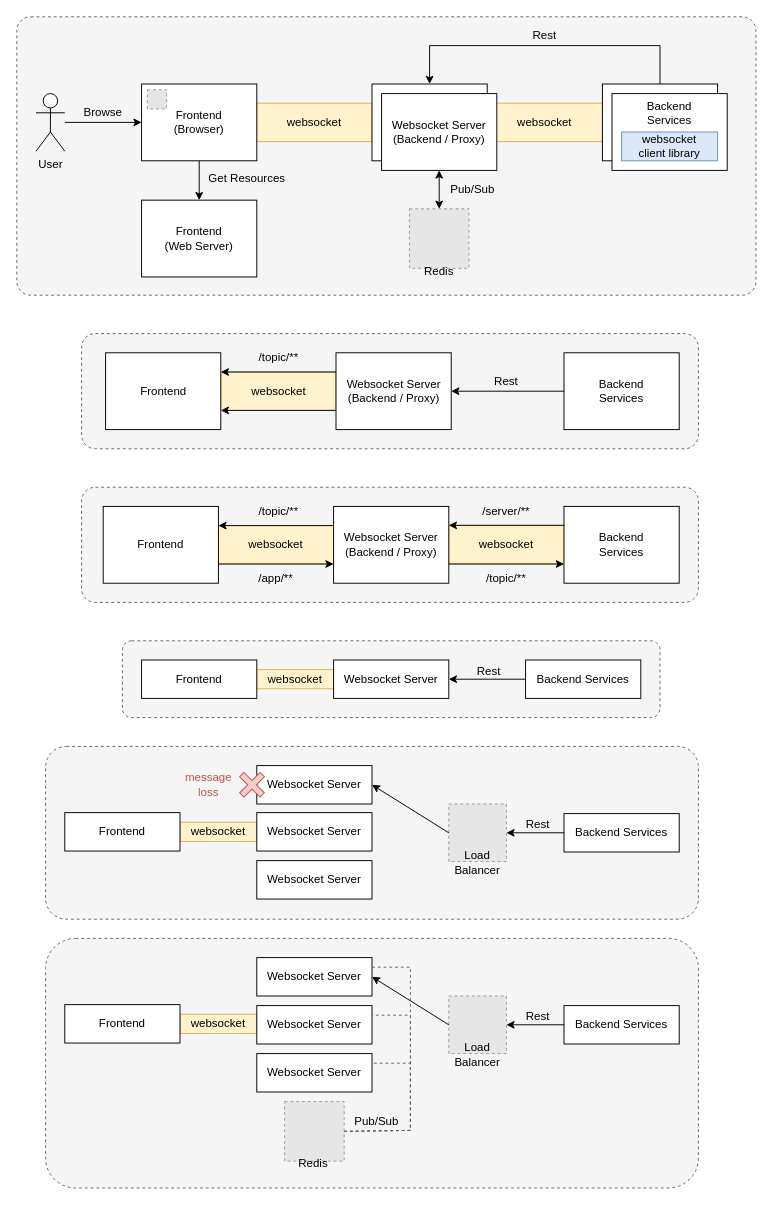
Above: doc/websockets.drawio in awarenessxz/notification-websockets (draw.io), before the change. Source tidied: cells renumbered, new cells numbered last; positions are measured from the earlier drawing's top-left corner, leaving out a move shared by most shapes. Both pictures are drawn from the tidied source at 96%, with x=0, y=0 at pixel (16, 16). Pictures stored in the file or linked from it are replaced by grey dashed boxes.
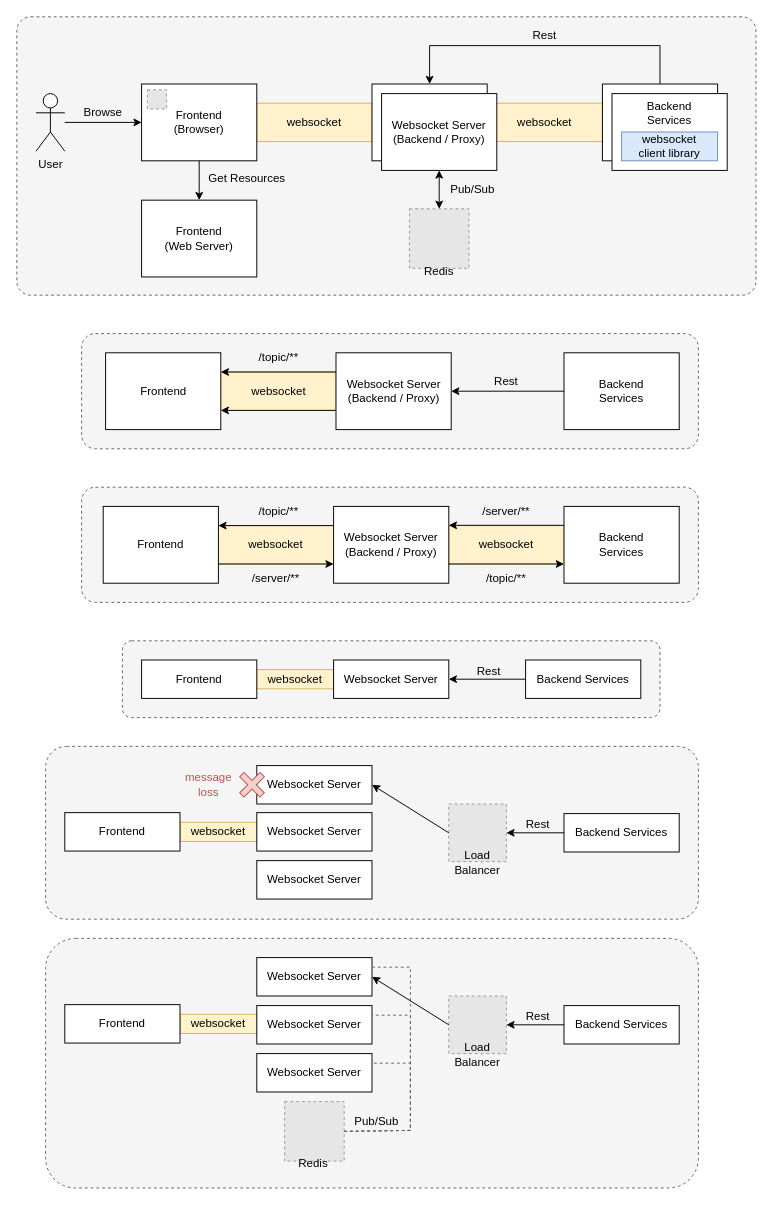
Above is the later version.

What changed in the source:
```diff
@@
-    <mxCell id="43" value="/app/**" style="text;html=1;strokeColor=none;fillColor=none;align=center;verticalAlign=middle;whiteSpace=wrap;rounded=0;" parent="1" vertex="1">
+    <mxCell id="43" value="/server/**" style="text;html=1;strokeColor=none;fillColor=none;align=center;verticalAlign=middle;whiteSpace=wrap;rounded=0;" parent="1" vertex="1">
       <mxGeometry x="240" y="570" width="60" height="30" as="geometry" />
     </mxCell>
```
